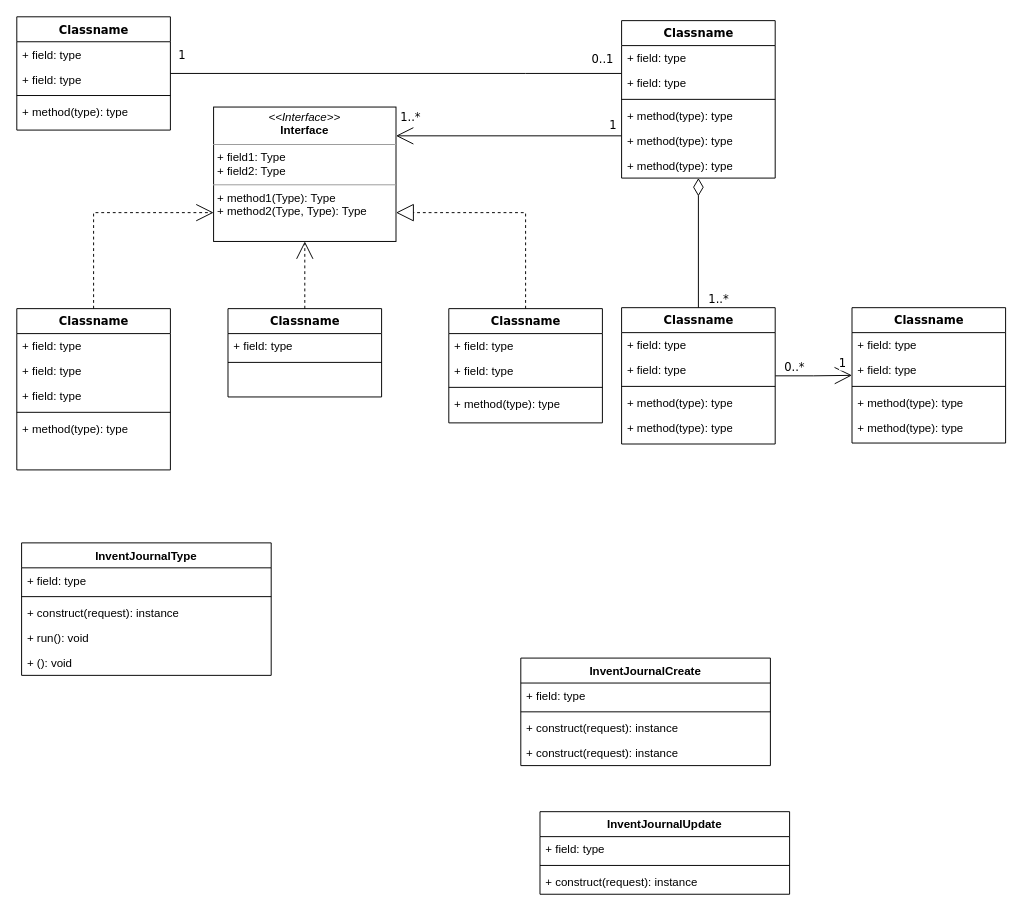
EvgenTalitskiy/hello-world keeps this draw.io diagram as Untitled Diagram.drawio. Above is the earlier version. Source tidied: cells renumbered, new cells numbered last; positions are measured from the earlier drawing's top-left corner, leaving out a move shared by most shapes. Both pictures are drawn from the tidied source at 96%, with x=0, y=0 at pixel (16, 16).
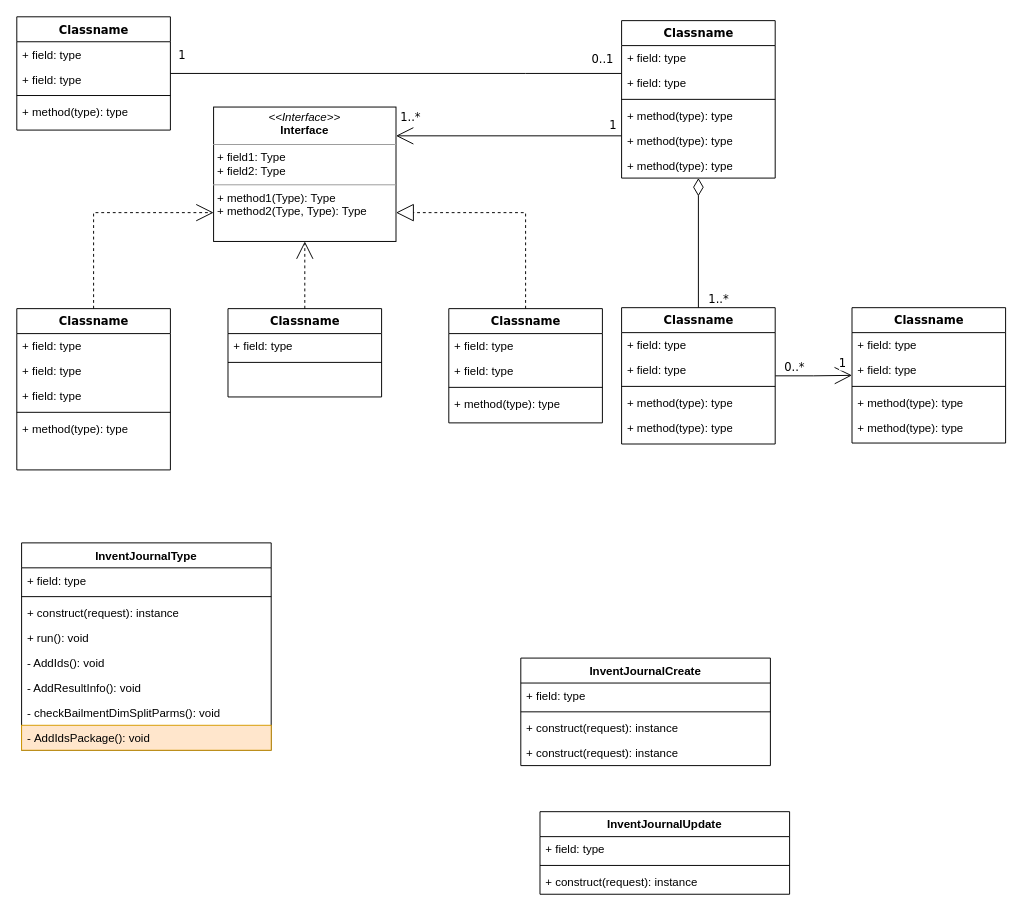
The same page after the edit.

The edit, as a diff of the source:
```diff
@@
     <mxCell id="55" value="InventJournalType" style="swimlane;fontStyle=1;align=center;verticalAlign=top;horizontal=1;startSize=26;whiteSpace=wrap;html=1;" parent="1" vertex="1">
-      <mxGeometry x="5" y="548" width="260" height="138" as="geometry" />
+      <mxGeometry x="5" y="548" width="260" height="216" as="geometry" />
     </mxCell>
@@
-    <mxCell id="60" value="+ (): void" style="text;strokeColor=none;fillColor=none;align=left;verticalAlign=top;spacingLeft=4;spacingRight=4;overflow=hidden;whiteSpace=wrap;html=1;" parent="55" vertex="1">
+    <mxCell id="60" value="- AddIds&lt;span style=&quot;background-color: initial;&quot;&gt;(): void&lt;/span&gt;" style="text;strokeColor=none;fillColor=none;align=left;verticalAlign=top;spacingLeft=4;spacingRight=4;overflow=hidden;whiteSpace=wrap;html=1;" parent="55" vertex="1">
       <mxGeometry y="112" width="260" height="26" as="geometry" />
     </mxCell>
+    <mxCell id="70" value="- AddResultInfo&lt;span style=&quot;background-color: initial;&quot;&gt;(): void&lt;/span&gt;" style="text;strokeColor=none;fillColor=none;align=left;verticalAlign=top;spacingLeft=4;spacingRight=4;overflow=hidden;whiteSpace=wrap;html=1;" parent="55" vertex="1">
+      <mxGeometry y="138" width="260" height="26" as="geometry" />
+    </mxCell>
+    <mxCell id="71" value="- checkBailmentDimSplitParms&lt;span style=&quot;background-color: initial;&quot;&gt;(): void&lt;/span&gt;" style="text;strokeColor=none;fillColor=none;align=left;verticalAlign=top;spacingLeft=4;spacingRight=4;overflow=hidden;whiteSpace=wrap;html=1;" parent="55" vertex="1">
+      <mxGeometry y="164" width="260" height="26" as="geometry" />
+    </mxCell>
+    <mxCell id="72" value="-&amp;nbsp;AddIdsPackage&lt;span style=&quot;background-color: initial;&quot;&gt;(): void&lt;/span&gt;" style="text;strokeColor=#d79b00;fillColor=#ffe6cc;align=left;verticalAlign=top;spacingLeft=4;spacingRight=4;overflow=hidden;whiteSpace=wrap;html=1;" parent="55" vertex="1">
+      <mxGeometry y="190" width="260" height="26" as="geometry" />
+    </mxCell>
```
